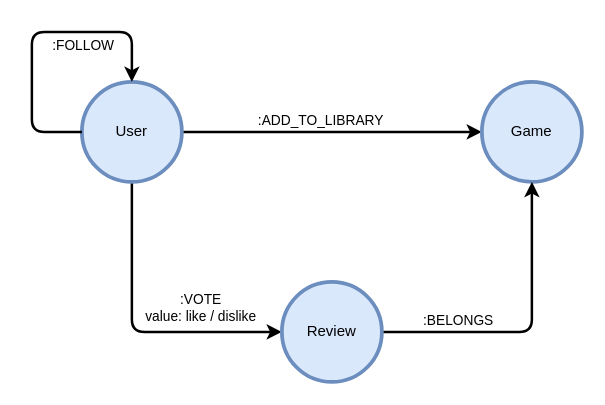
Before: Diagrams/GraphDB structure.drawio in lorenzoceccanti/pixelindex, a draw.io diagram. Source tidied: cells renumbered, new cells numbered last; positions are measured from the earlier drawing's top-left corner, leaving out a move shared by most shapes. Both pictures are drawn from the tidied source at 125%, with x=0, y=0 at pixel (31, 31).
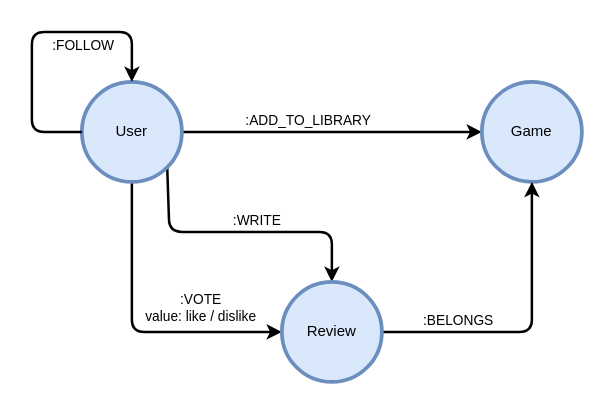
The same diagram, later.

Commit message:
Added :WRITE relationship between user and review

Unchanged cells that the change refers to:
```xml
<mxCell id="2" style="edgeStyle=none;html=1;exitX=1;exitY=0.5;exitDx=0;exitDy=0;strokeWidth=2;" parent="1" edge="1" source="6" target="7">
  <mxGeometry relative="1" as="geometry" />
</mxCell>
<mxCell id="6" value="User" style="ellipse;whiteSpace=wrap;html=1;fillColor=#dae8fc;strokeColor=#6c8ebf;strokeWidth=3;" parent="1" vertex="1">
  <mxGeometry x="40" y="40" width="80" height="80" as="geometry" />
</mxCell>
<mxCell id="10" value="Review" style="ellipse;whiteSpace=wrap;html=1;fillColor=#dae8fc;strokeColor=#6c8ebf;strokeWidth=3;" parent="1" vertex="1">
  <mxGeometry x="200" y="200" width="80" height="80" as="geometry" />
</mxCell>
```

Diff of the diagram source:
```diff
@@
     <mxCell id="3" value=":ADD_TO_LIBRARY" style="edgeLabel;html=1;align=center;verticalAlign=middle;" parent="2" vertex="1">
       <mxGeometry x="-0.08" relative="1" as="geometry">
-        <mxPoint y="-10" as="offset" />
+        <mxPoint x="-10" y="-10" as="offset" />
       </mxGeometry>
     </mxCell>
@@
+    <mxCell id="13" style="edgeStyle=none;html=1;exitX=1;exitY=1;exitDx=0;exitDy=0;strokeWidth=2;" parent="1" edge="1" source="6" target="10">
+      <mxGeometry relative="1" as="geometry">
+        <Array as="points">
+          <mxPoint x="110" y="160" />
+          <mxPoint x="240" y="160" />
+        </Array>
+      </mxGeometry>
+    </mxCell>
+    <mxCell id="14" value=":WRITE" style="edgeLabel;html=1;align=center;verticalAlign=middle;" parent="13" vertex="1">
+      <mxGeometry x="-0.23" y="-2" relative="1" as="geometry">
+        <mxPoint x="36" y="-12" as="offset" />
+      </mxGeometry>
+    </mxCell>
```
